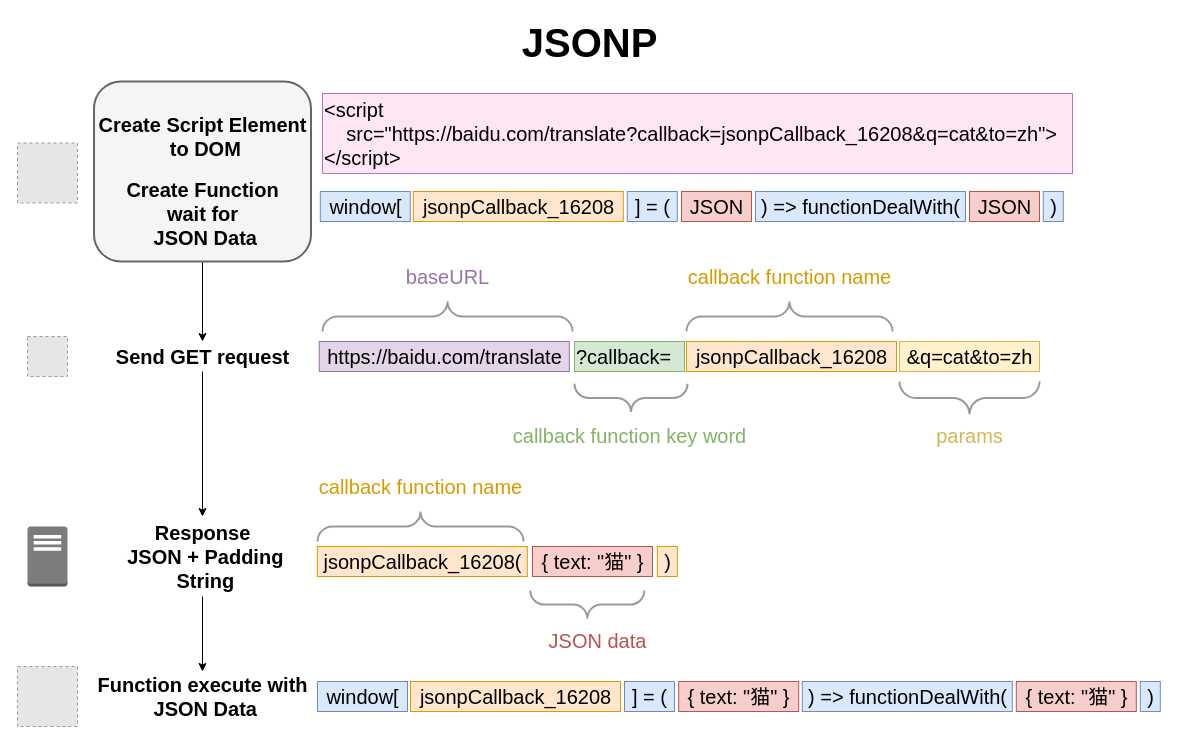
This is Tricks/JSONP.drawio from jeesewu/Diagrams-Storage, a draw.io file, before an edit. Source tidied: cells renumbered, new cells numbered last; positions are measured from the earlier drawing's top-left corner, leaving out a move shared by most shapes. Both pictures are drawn from the tidied source at 100%, with x=0, y=0 at pixel (17, 17). Pictures stored in the file or linked from it are replaced by grey dashed boxes.
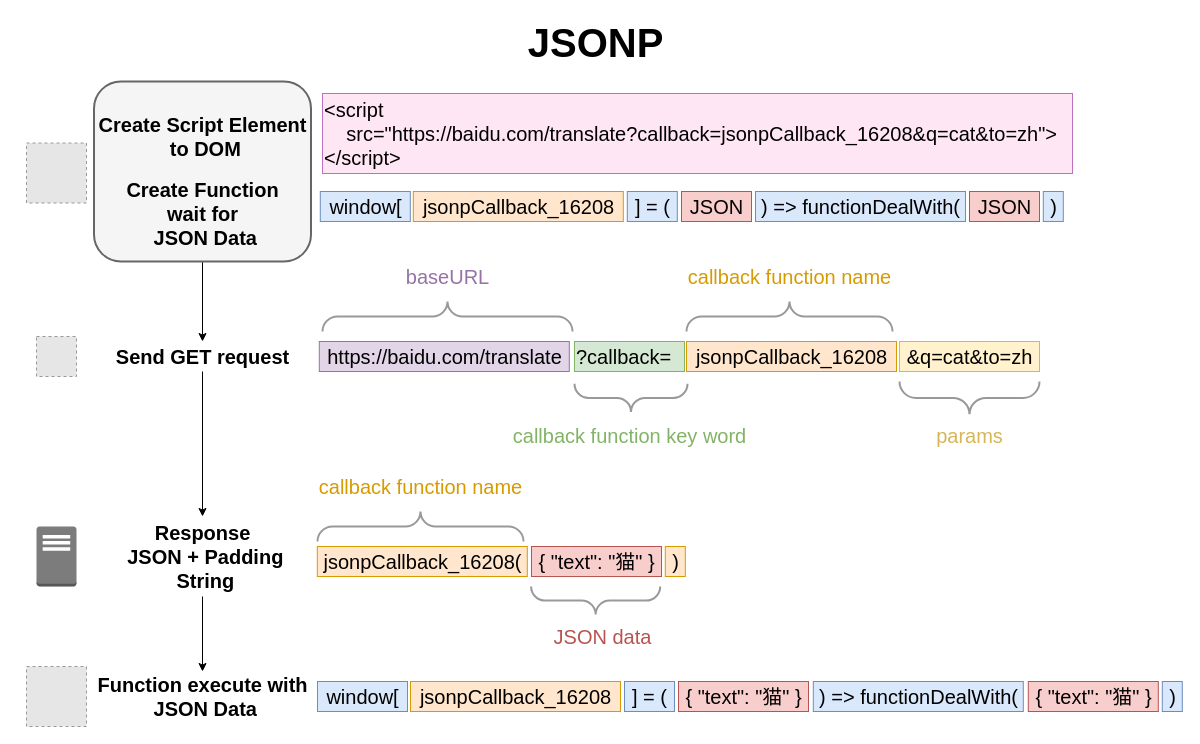
The same page after the edit.

The edit, as a diff of the source:
```diff
@@
     <mxCell id="21" value=")" style="text;html=1;align=center;verticalAlign=middle;strokeColor=#d79b00;fontSize=20;fillColor=#ffe6cc;" parent="1" vertex="1">
-      <mxGeometry x="639.8" y="529" width="20" height="30" as="geometry" />
+      <mxGeometry x="647.8" y="529" width="20" height="30" as="geometry" />
     </mxCell>
-    <mxCell id="22" value="{ text: &quot;猫&quot; }" style="text;html=1;align=center;verticalAlign=middle;strokeColor=#b85450;fontSize=20;fillColor=#f8cecc;" parent="1" vertex="1">
-      <mxGeometry x="515" y="529" width="120" height="30" as="geometry" />
+    <mxCell id="22" value="{ &quot;text&quot;: &quot;猫&quot; }" style="text;html=1;align=center;verticalAlign=middle;strokeColor=#b85450;fontSize=20;fillColor=#f8cecc;" parent="1" vertex="1">
+      <mxGeometry x="514" y="529" width="130" height="30" as="geometry" />
     </mxCell>
@@
     <mxCell id="25" style="verticalLabelPosition=bottom;shadow=0;dashed=0;align=center;html=1;verticalAlign=top;strokeWidth=2;shape=mxgraph.mockup.markup.curlyBrace;strokeColor=#999999;fontSize=20;rotation=180;" parent="1" vertex="1">
-      <mxGeometry x="512.8" y="573" width="114" height="28.1" as="geometry" />
+      <mxGeometry x="513.6" y="569" width="129.1" height="28.1" as="geometry" />
     </mxCell>
     <mxCell id="26" value="JSON data" style="text;html=1;align=center;verticalAlign=middle;strokeColor=none;fontSize=20;fontColor=#B85450;" parent="1" vertex="1">
-      <mxGeometry x="525" y="608" width="110" height="30" as="geometry" />
+      <mxGeometry x="530.1" y="604" width="110" height="30" as="geometry" />
     </mxCell>
@@
-    <mxCell id="40" value="{ text: &quot;猫&quot; }" style="text;html=1;align=center;verticalAlign=middle;strokeColor=#b85450;fontSize=20;fillColor=#f8cecc;" parent="1" vertex="1">
-      <mxGeometry x="661.2" y="664" width="120" height="30" as="geometry" />
+    <mxCell id="40" value="{ &quot;text&quot;: &quot;猫&quot; }" style="text;html=1;align=center;verticalAlign=middle;strokeColor=#b85450;fontSize=20;fillColor=#f8cecc;" parent="1" vertex="1">
+      <mxGeometry x="661" y="664" width="130" height="30" as="geometry" />
     </mxCell>
@@
     <mxCell id="42" value=") =&amp;gt; functionDealWith(" style="text;html=1;align=center;verticalAlign=middle;strokeColor=#6c8ebf;fontSize=20;fillColor=#dae8fc;" parent="1" vertex="1">
-      <mxGeometry x="784.8" y="664" width="210" height="30" as="geometry" />
+      <mxGeometry x="795.8" y="664" width="210" height="30" as="geometry" />
     </mxCell>
-    <mxCell id="43" value="{ text: &quot;猫&quot; }" style="text;html=1;align=center;verticalAlign=middle;strokeColor=#b85450;fontSize=20;fillColor=#f8cecc;" parent="1" vertex="1">
-      <mxGeometry x="998.8" y="664" width="120" height="30" as="geometry" />
+    <mxCell id="43" value="{ &quot;text&quot;: &quot;猫&quot; }" style="text;html=1;align=center;verticalAlign=middle;strokeColor=#b85450;fontSize=20;fillColor=#f8cecc;" parent="1" vertex="1">
+      <mxGeometry x="1010.8" y="664" width="130" height="30" as="geometry" />
     </mxCell>
     <mxCell id="44" value=")" style="text;html=1;align=center;verticalAlign=middle;strokeColor=#6c8ebf;fontSize=20;fillColor=#dae8fc;" parent="1" vertex="1">
-      <mxGeometry x="1122.8" y="664" width="20" height="30" as="geometry" />
+      <mxGeometry x="1144.8" y="664" width="20" height="30" as="geometry" />
     </mxCell>
     <mxCell id="45" value="JSONP" style="text;html=1;align=center;verticalAlign=middle;strokeColor=none;fontSize=40;fontStyle=1;" parent="1" vertex="1">
-      <mxGeometry x="497" width="150" height="50" as="geometry" />
+      <mxGeometry x="503.2" width="150" height="50" as="geometry" />
     </mxCell>
     <mxCell id="46" style="fillColor=#E6E6E6;strokeColor=#999999;dashed=1;html=1;verticalAlign=top;verticalLabelPosition=bottom;labelBackgroundColor=#ffffff;fontSize=40;fontColor=#B85450;align=center;" parent="1" vertex="1">
-      <mxGeometry y="125.5" width="60" height="60" as="geometry" />
+      <mxGeometry x="9" y="125.5" width="60" height="60" as="geometry" />
     </mxCell>
     <mxCell id="47" style="fillColor=#E6E6E6;strokeColor=#999999;dashed=1;html=1;verticalAlign=top;verticalLabelPosition=bottom;labelBackgroundColor=#ffffff;fontSize=40;fontColor=#B85450;align=center;" parent="1" vertex="1">
-      <mxGeometry x="10" y="319" width="40" height="40" as="geometry" />
+      <mxGeometry x="19" y="319" width="40" height="40" as="geometry" />
     </mxCell>
     <mxCell id="48" style="dashed=0;verticalLabelPosition=bottom;verticalAlign=top;align=center;html=1;shape=mxgraph.aws3.traditional_server;fillColor=#7D7C7C;gradientColor=none;labelBackgroundColor=none;fontSize=40;fontColor=#B85450;strokeWidth=2;" parent="1" vertex="1">
-      <mxGeometry x="10" y="509" width="40" height="60" as="geometry" />
+      <mxGeometry x="19" y="509" width="40" height="60" as="geometry" />
     </mxCell>
     <mxCell id="49" style="fillColor=#E6E6E6;strokeColor=#999999;dashed=1;html=1;verticalAlign=top;verticalLabelPosition=bottom;labelBackgroundColor=#ffffff;fontSize=40;fontColor=#B85450;align=center;" parent="1" vertex="1">
-      <mxGeometry y="649" width="60" height="60" as="geometry" />
+      <mxGeometry x="9" y="649" width="60" height="60" as="geometry" />
     </mxCell>
```
